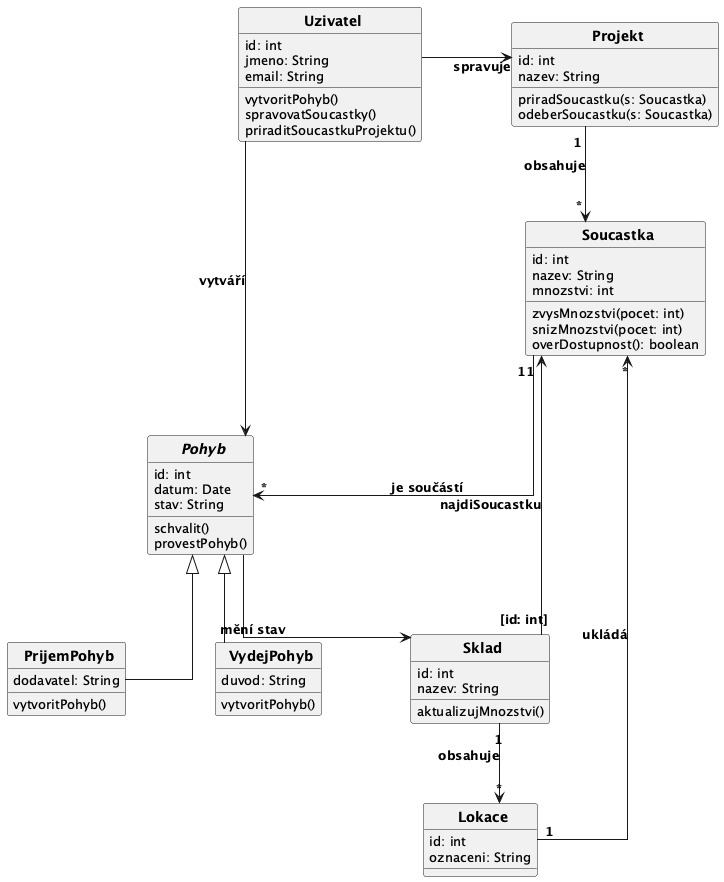
The PlantUML diagram docs/images/02_class_diagram.png in lkvapil/wms-elektronicke-soucastky, before a commit.
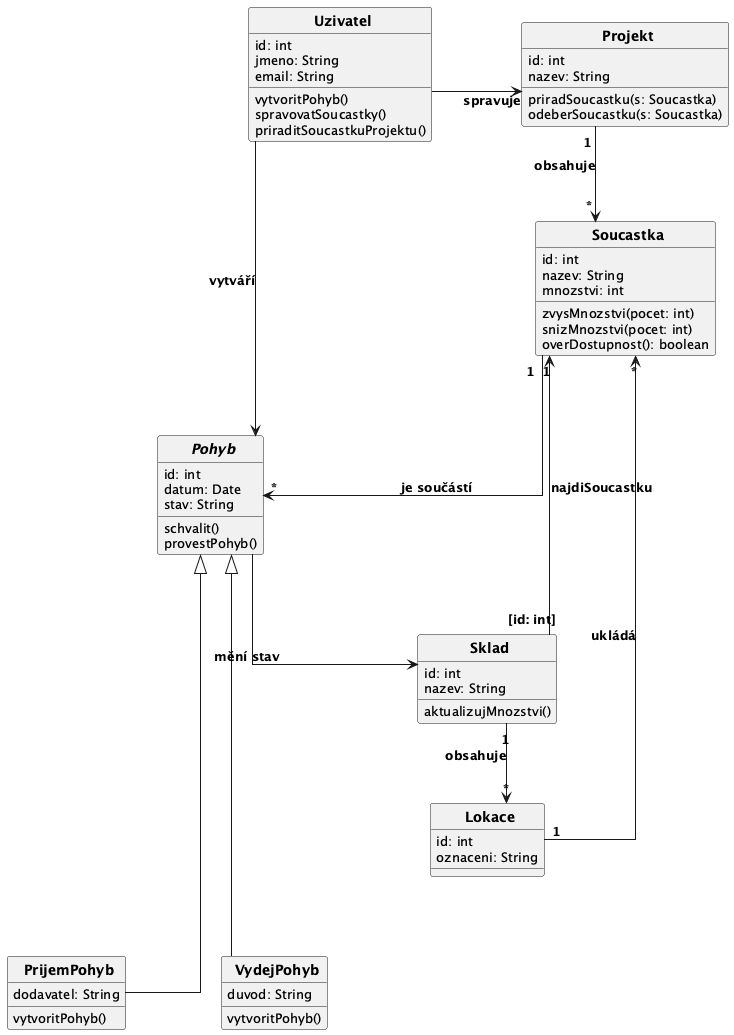
After the change.

Commit message:
style: PrijemPohyb a VydejPohyb posunute nize

Change to the diagram source:
```diff
@@ -85,6 +85,7 @@
 Sklad -[hidden]down- Pohyb
 Projekt -[hidden]down- Soucastka
 Pohyb -[hidden]down- PrijemPohyb
+Lokace -[hidden]down- PrijemPohyb
 PrijemPohyb -[hidden]right- VydejPohyb
 
 @enduml
```
